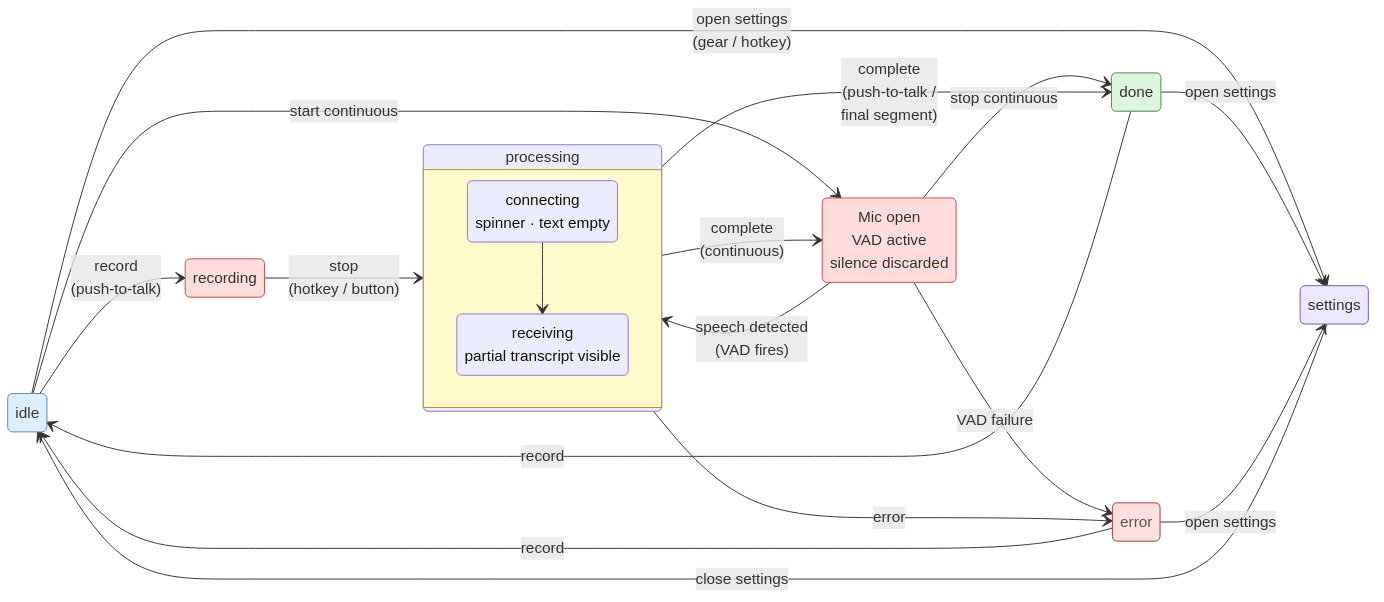
Earlier version of the Mermaid export docs/v2/presentation/images/state-machine.png (JohnYanez95/voice-scribe). Its source is kept beside it as docs/diagrams/state-machine.mmd.
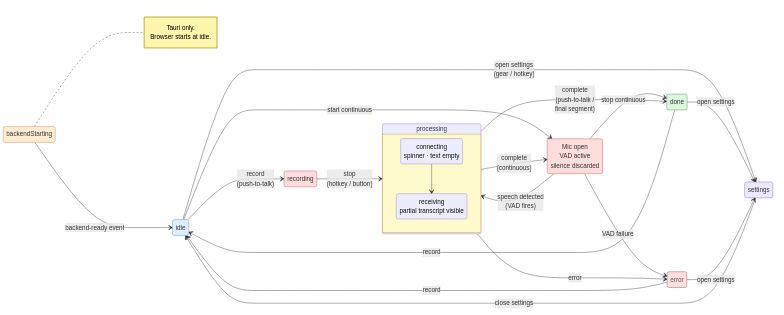
After the change.

Change to the diagram source:
```diff
@@ -7,6 +7,10 @@
     classDef successClass fill:#ddf5dd,stroke:#448844,color:#333
     classDef failureClass fill:#ffe0e0,stroke:#aa3333,color:#555
     classDef uiClass      fill:#ede8ff,stroke:#7755aa,color:#333
+    classDef tauriClass   fill:#ffecd2,stroke:#cc8844,color:#333
+
+    backendStarting --> idle : backend-ready event
+    note right of backendStarting : Tauri only.<br/>Browser starts at idle.
 
     idle --> recording : record<br/>(push-to-talk)
     idle --> listening : start continuous
@@ -43,4 +47,5 @@
     class processing inflightClass
     class done successClass
     class error failureClass
+    class backendStarting tauriClass
     class settings uiClass
```
